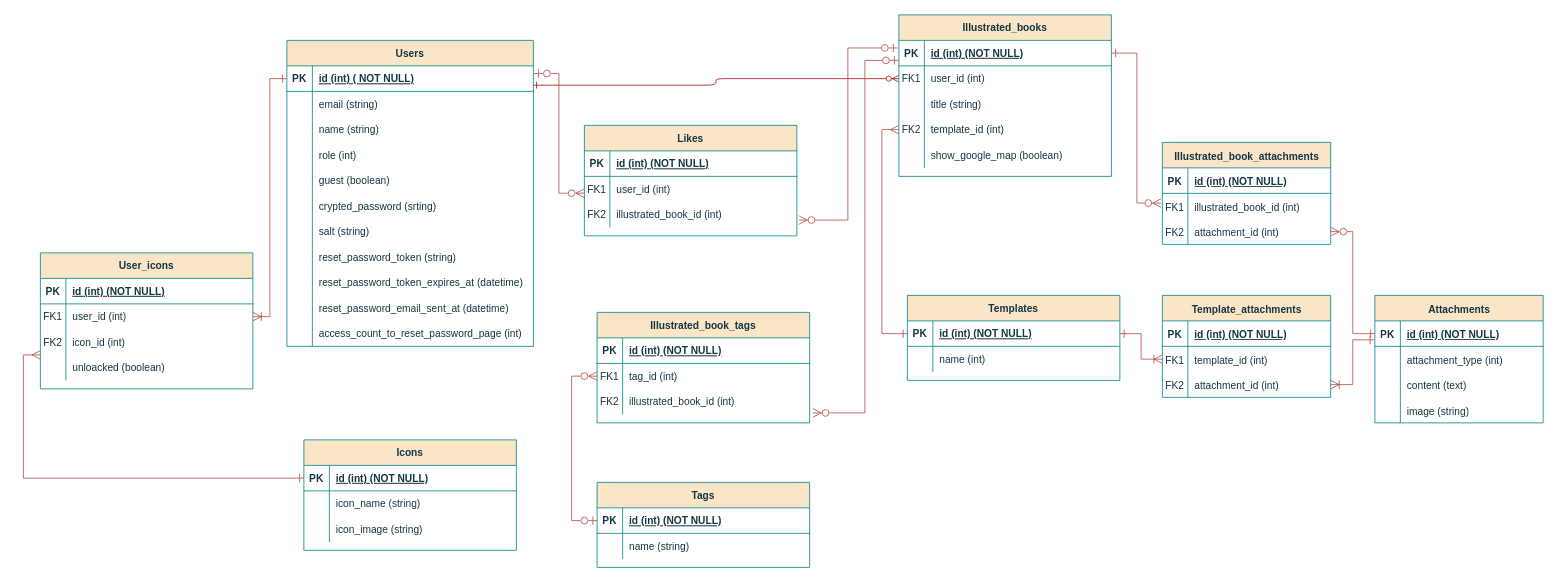
This is 名称未設定ファイル.drawio from furukoshi12/zukan-create, a draw.io file, before an edit. Source tidied: cells renumbered, new cells numbered last; positions are measured from the earlier drawing's top-left corner, leaving out a move shared by most shapes. Both pictures are drawn from the tidied source at 85%, with x=0, y=0 at pixel (23, 14).
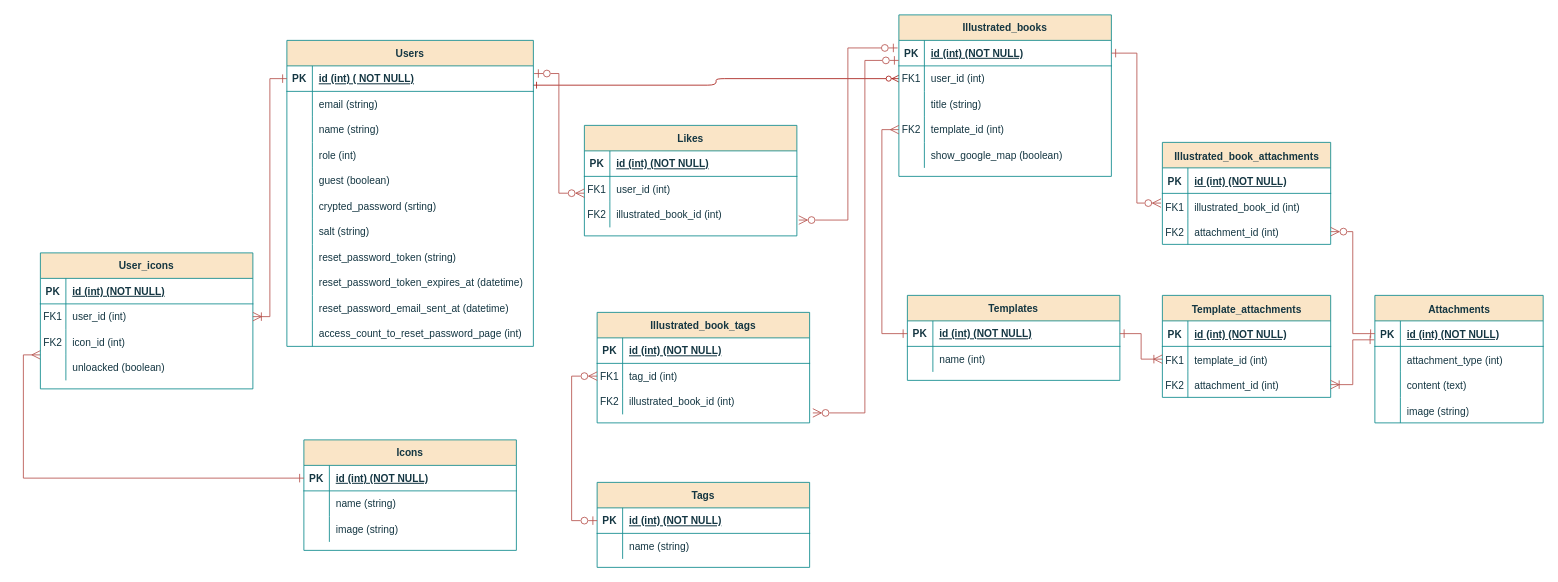
Above is the later version.

Commit message:
名称未設定ファイル.drawio を更新します

Unchanged cells that the change refers to:
```xml
<mxCell id="64" style="shape=partialRectangle;fillColor=none;top=0;left=0;right=0;bottom=0;labelBackgroundColor=none;strokeColor=#0F8B8D;fontColor=#143642;" parent="60" vertex="1">
  <mxGeometry y="60" width="250" height="30" as="geometry" />
</mxCell>
<mxCell id="67" style="shape=partialRectangle;fillColor=none;top=0;left=0;right=0;bottom=0;labelBackgroundColor=none;strokeColor=#0F8B8D;fontColor=#143642;" parent="60" vertex="1">
  <mxGeometry y="90" width="250" height="30" as="geometry" />
</mxCell>
```

What changed in the source:
```diff
@@
-    <mxCell id="66" value="icon_name (string)" style="shape=partialRectangle;overflow=hidden;fillColor=none;top=0;left=0;bottom=0;right=0;align=left;spacingLeft=6;labelBackgroundColor=none;strokeColor=#0F8B8D;fontColor=#143642;" parent="64" vertex="1">
+    <mxCell id="66" value="name (string)" style="shape=partialRectangle;overflow=hidden;fillColor=none;top=0;left=0;bottom=0;right=0;align=left;spacingLeft=6;labelBackgroundColor=none;strokeColor=#0F8B8D;fontColor=#143642;" parent="64" vertex="1">
       <mxGeometry x="30" width="220" height="30" as="geometry" />
     </mxCell>
@@
-    <mxCell id="69" value="icon_image (string)" style="shape=partialRectangle;overflow=hidden;fillColor=none;top=0;left=0;bottom=0;right=0;align=left;spacingLeft=6;labelBackgroundColor=none;strokeColor=#0F8B8D;fontColor=#143642;" parent="67" vertex="1">
+    <mxCell id="69" value="image (string)" style="shape=partialRectangle;overflow=hidden;fillColor=none;top=0;left=0;bottom=0;right=0;align=left;spacingLeft=6;labelBackgroundColor=none;strokeColor=#0F8B8D;fontColor=#143642;" parent="67" vertex="1">
       <mxGeometry x="30" width="220" height="30" as="geometry" />
     </mxCell>
```
